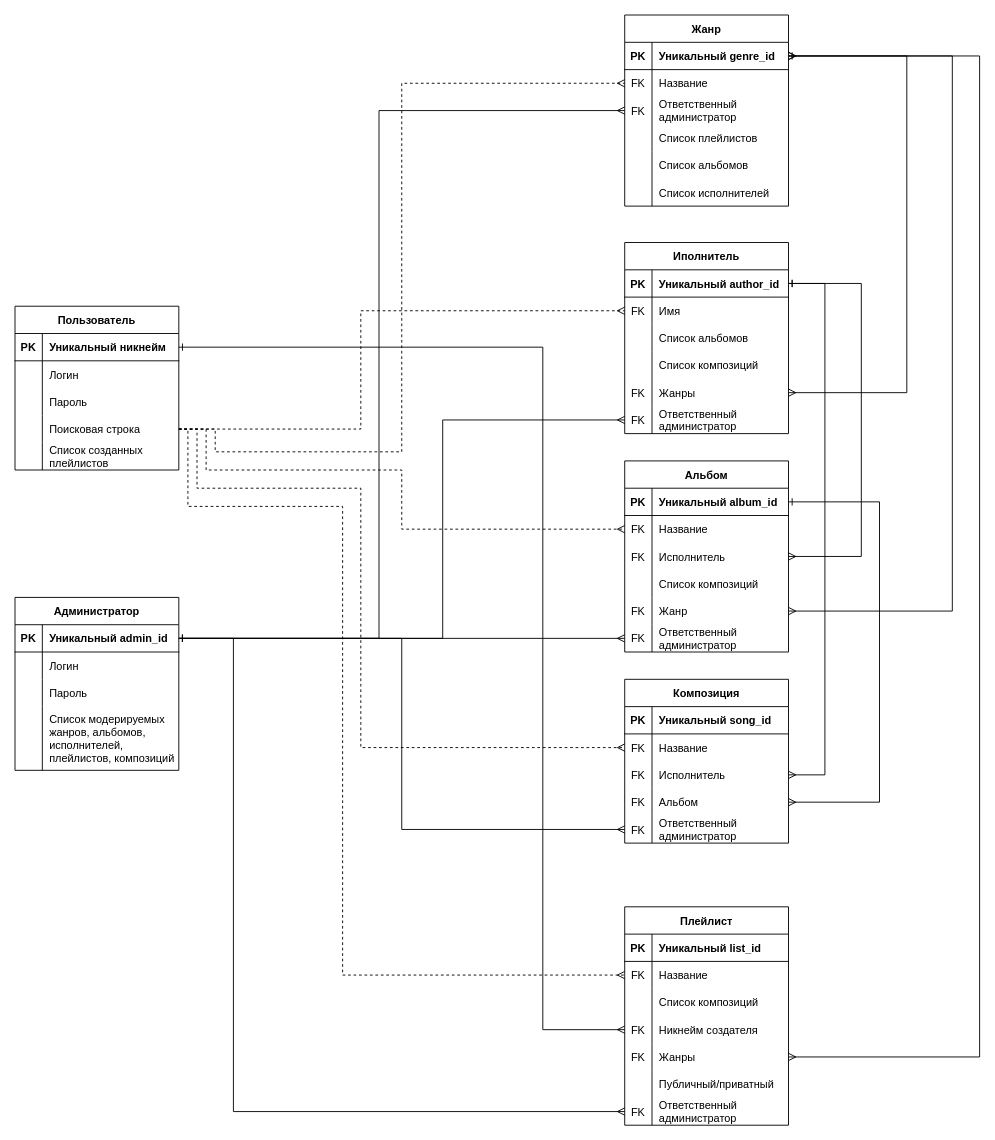
UmbrellaLeaf5/music_library_database keeps this draw.io diagram as ER-diagram/ER-diagram.drawio. Above is the earlier version. Source tidied: cells renumbered, new cells numbered last; positions are measured from the earlier drawing's top-left corner, leaving out a move shared by most shapes. Both pictures are drawn from the tidied source at 91%, with x=0, y=0 at pixel (15, 15).
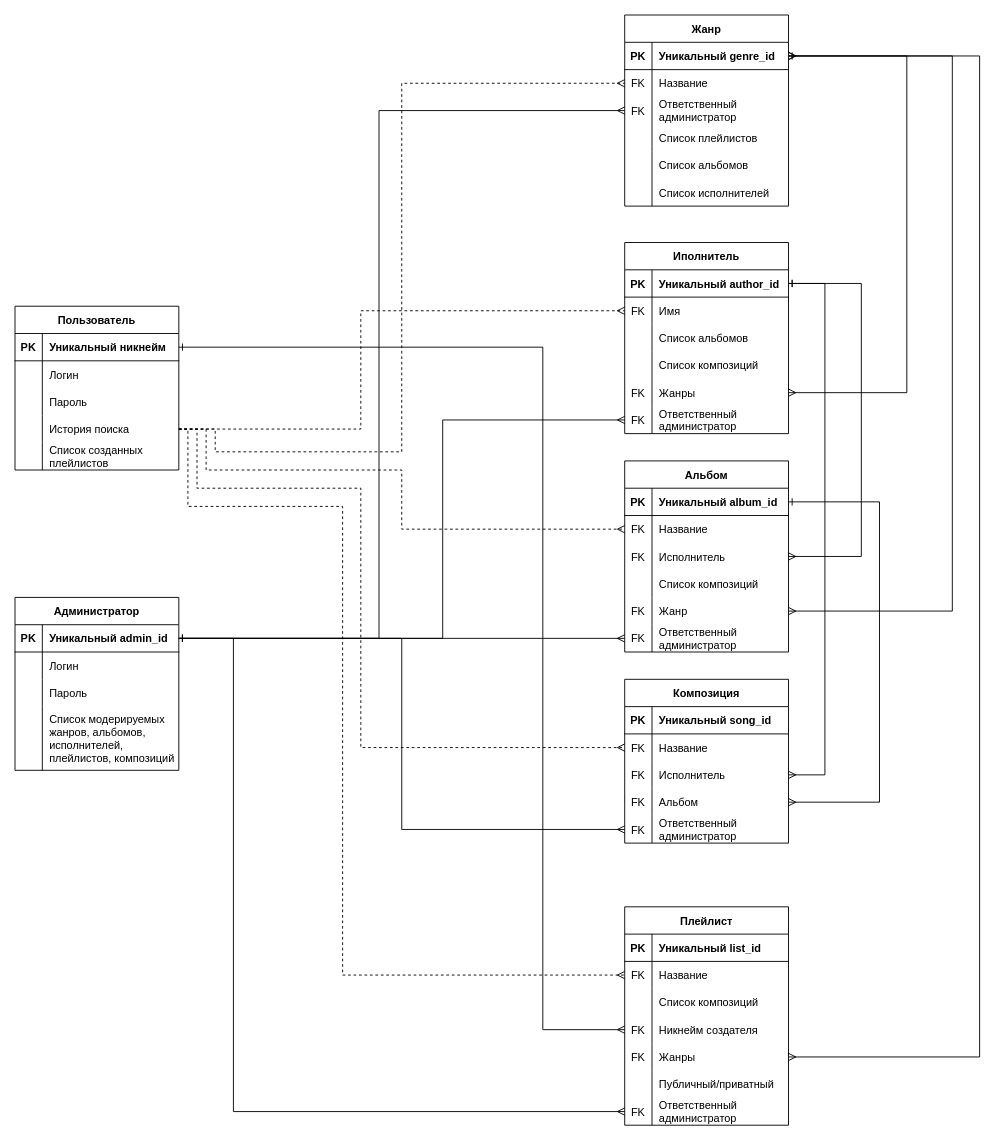
Above is the later version.

The change refers to these unchanged cells:
```xml
<mxCell id="12" style="shape=tableRow;horizontal=0;startSize=0;swimlaneHead=0;swimlaneBody=0;fillColor=none;points=[[0,0.5],[1,0.5]];portConstraint=eastwest;top=0;left=0;right=0;bottom=0;" parent="2" vertex="1">
  <mxGeometry y="120" width="180" height="30" as="geometry" />
</mxCell>
```

Change to the diagram source:
```diff
@@
-    <mxCell id="14" value="Поисковая строка" style="shape=partialRectangle;fillColor=none;top=0;left=0;bottom=0;right=0;align=left;spacingLeft=6;overflow=hidden;" parent="12" vertex="1">
+    <mxCell id="14" value="История поиска" style="shape=partialRectangle;fillColor=none;top=0;left=0;bottom=0;right=0;align=left;spacingLeft=6;overflow=hidden;" parent="12" vertex="1">
       <mxGeometry x="30" width="150" height="30" as="geometry" />
     </mxCell>
```
